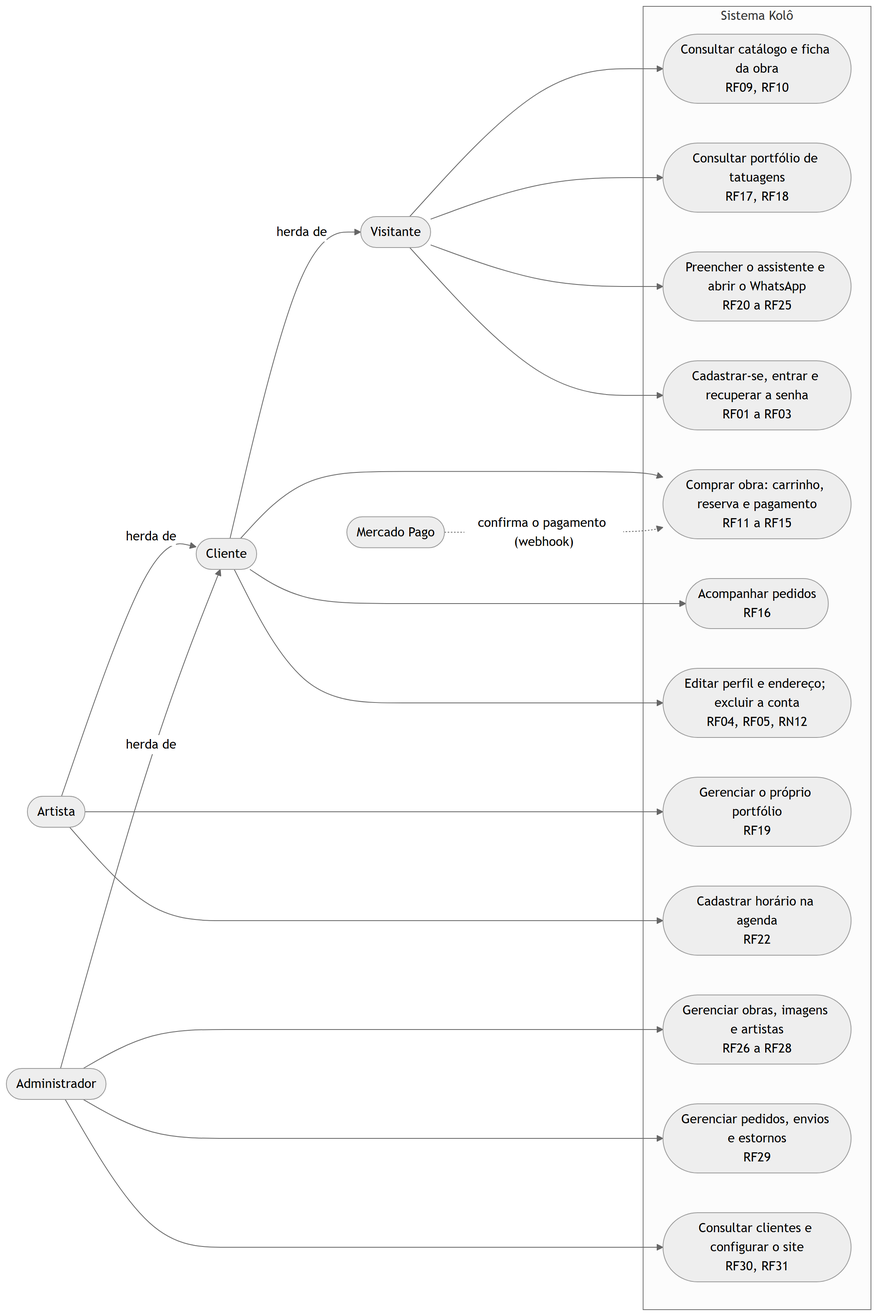
Before: docs/figuras_geradas/figura_4_3_casos_de_uso.png, a diagram exported from Mermaid (caioalves19/tcc-2). Its source is kept beside it as docs/figuras_geradas/fontes/figura_4_3_casos_de_uso.mmd.
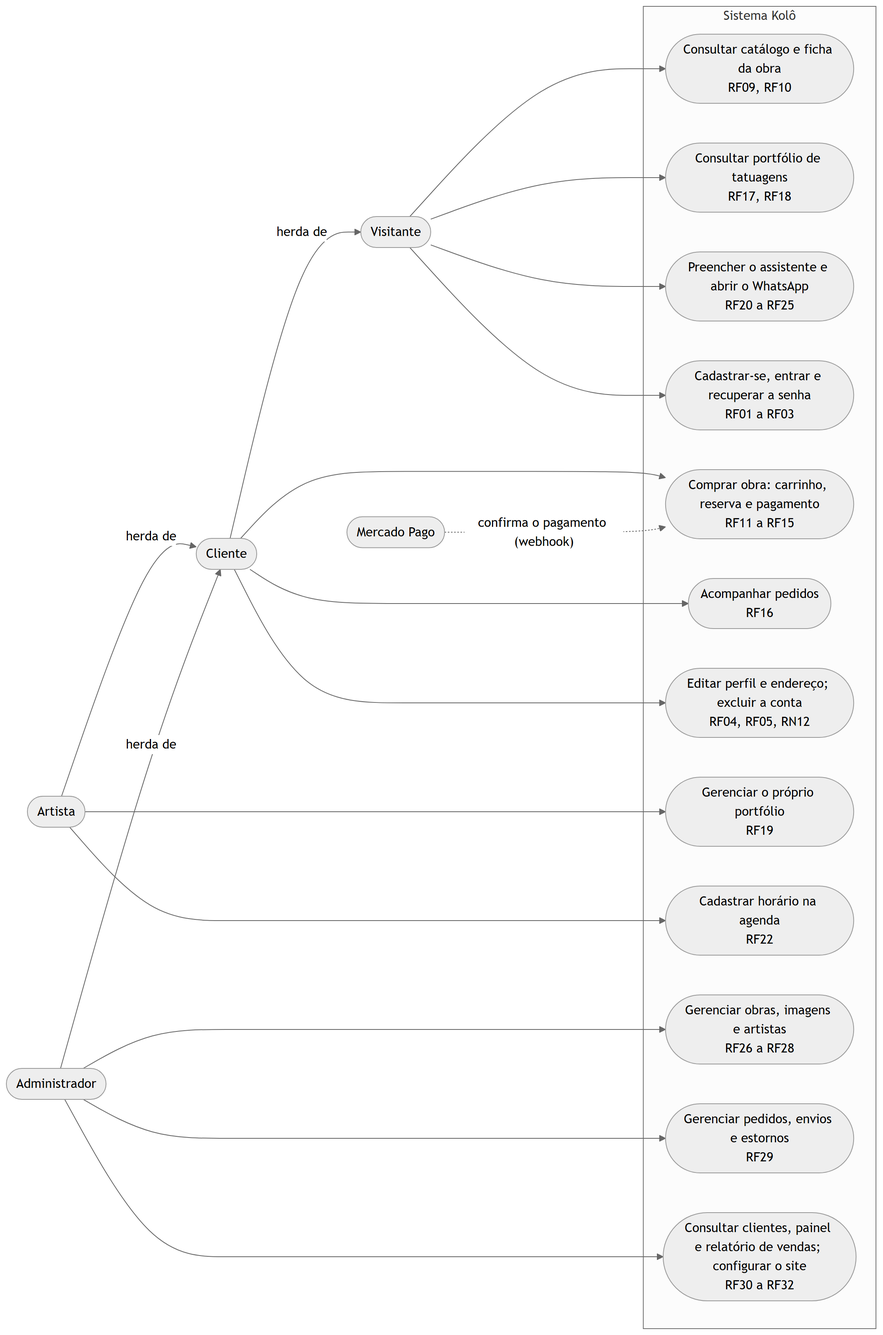
The same file after the commit.

The edit, as a diff of the source:
```diff
@@ -20,7 +20,7 @@
     U9(["Cadastrar horário na agenda<br/>RF22"])
     U10(["Gerenciar obras, imagens e artistas<br/>RF26 a RF28"])
     U11(["Gerenciar pedidos, envios e estornos<br/>RF29"])
-    U12(["Consultar clientes e configurar o site<br/>RF30, RF31"])
+    U12(["Consultar clientes, painel e relatório de vendas; configurar o site<br/>RF30 a RF32"])
   end
   V --- U1
   V --- U2
```
